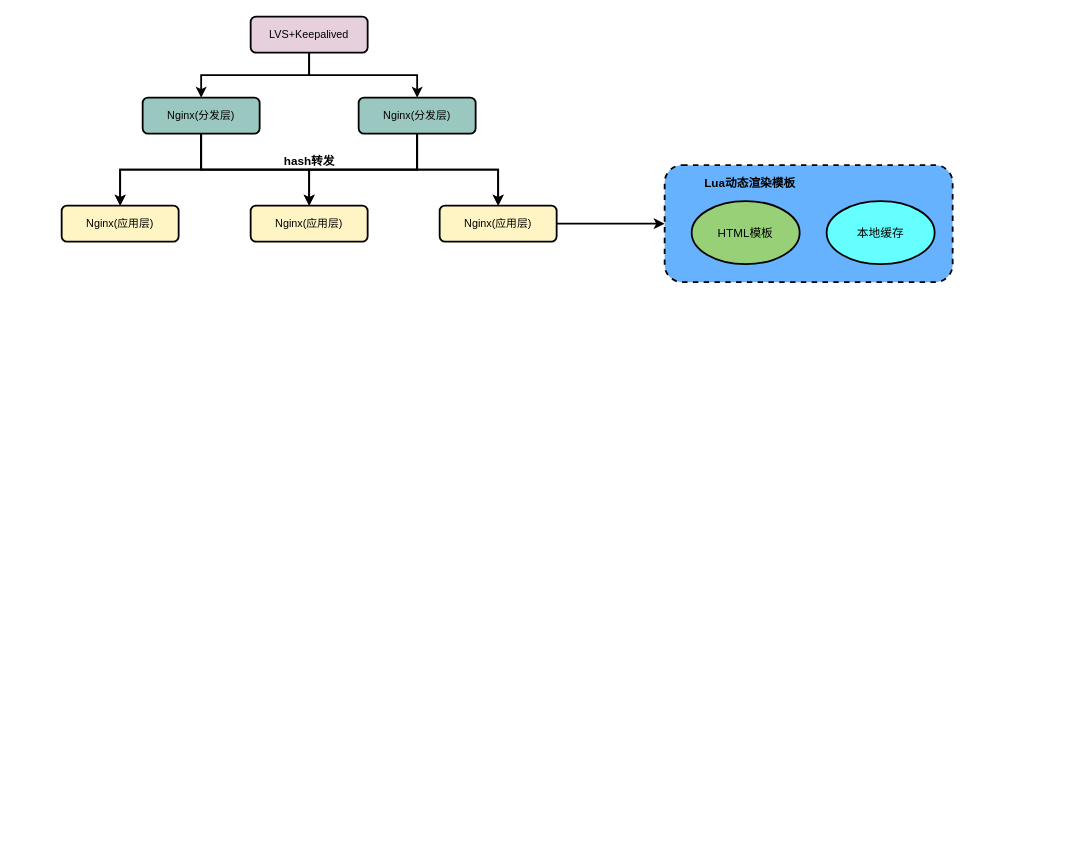
The draw.io diagram 网站架构图.drawio in LiHuiBin1995/study-java, before the edit. Source tidied: cells renumbered, new cells numbered last; positions are measured from the earlier drawing's top-left corner, leaving out a move shared by most shapes. Both pictures are drawn from the tidied source at 90%, with x=0, y=0 at pixel (61, 16).
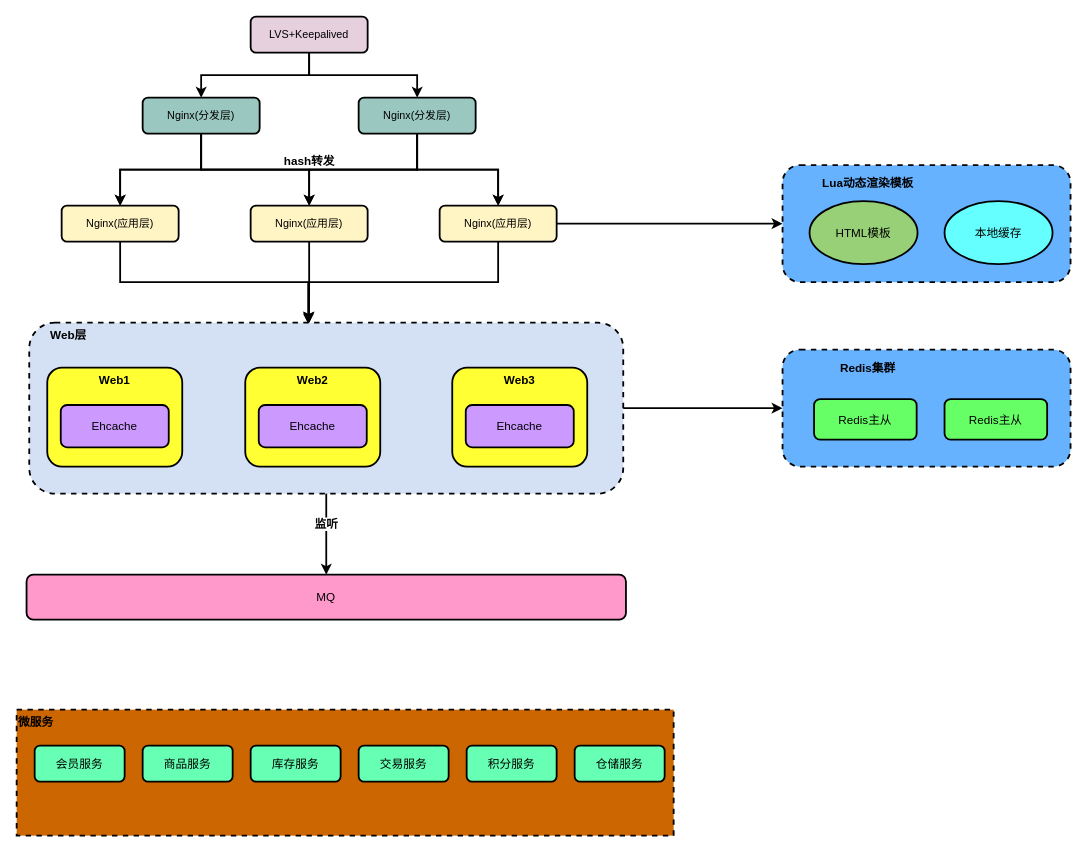
Above is the later version.

Commit message (it also covers changes not shown here):
更新网站架构图.drawio

The change refers to these unchanged cells:
```xml
<mxCell id="13" value="Nginx(应用层)" style="rounded=1;whiteSpace=wrap;html=1;fillColor=#FFF4C3;strokeWidth=2;" parent="1" vertex="1">
  <mxGeometry x="210" y="210" width="130" height="40" as="geometry" />
</mxCell>
<mxCell id="14" value="Nginx(应用层)" style="rounded=1;whiteSpace=wrap;html=1;fillColor=#FFF4C3;strokeWidth=2;" parent="1" vertex="1">
  <mxGeometry y="210" width="130" height="40" as="geometry" />
</mxCell>
<mxCell id="16" value="Nginx(应用层)" style="rounded=1;whiteSpace=wrap;html=1;fillColor=#FFF4C3;strokeWidth=2;" parent="1" vertex="1">
  <mxGeometry x="420" y="210" width="130" height="40" as="geometry" />
</mxCell>
```

The edit, as a diff of the source:
```diff
@@
+    <mxCell id="23" style="edgeStyle=orthogonalEdgeStyle;rounded=0;jettySize=auto;html=1;exitX=0.5;exitY=1;exitDx=0;exitDy=0;entryX=0.471;entryY=0;entryDx=0;entryDy=0;entryPerimeter=0;fontSize=13;strokeWidth=2;" parent="1" edge="1" source="13" target="27">
+      <mxGeometry relative="1" as="geometry" />
+    </mxCell>
@@
+    <mxCell id="24" style="edgeStyle=orthogonalEdgeStyle;rounded=0;jettySize=auto;html=1;exitX=0.5;exitY=1;exitDx=0;exitDy=0;entryX=0.47;entryY=0.01;entryDx=0;entryDy=0;entryPerimeter=0;fontSize=13;strokeWidth=2;" parent="1" edge="1" source="14" target="27">
+      <mxGeometry relative="1" as="geometry" />
+    </mxCell>
@@
+    <mxCell id="25" style="edgeStyle=orthogonalEdgeStyle;rounded=0;jettySize=auto;html=1;exitX=0.5;exitY=1;exitDx=0;exitDy=0;entryX=0.47;entryY=0;entryDx=0;entryDy=0;entryPerimeter=0;fontSize=13;strokeWidth=2;" parent="1" edge="1" source="16" target="27">
+      <mxGeometry relative="1" as="geometry" />
+    </mxCell>
@@
     <mxCell id="18" style="group;" parent="1" vertex="1">
-      <mxGeometry x="670" y="165" width="320" height="130" as="geometry" />
+      <mxGeometry x="801" y="165" width="320" height="130" as="geometry" />
     </mxCell>
@@
+    <mxCell id="26" style="group;" parent="1" vertex="1">
+      <mxGeometry x="-36" y="340" width="660" height="190" as="geometry" />
+    </mxCell>
+    <mxCell id="27" value="&amp;nbsp; &amp;nbsp; &amp;nbsp; Web层" style="rounded=1;whiteSpace=wrap;html=1;fontSize=13;strokeWidth=2;fillColor=#D4E1F5;dashed=1;verticalAlign=top;align=left;fontStyle=1;" parent="26" vertex="1">
+      <mxGeometry width="660" height="190" as="geometry" />
+    </mxCell>
+    <mxCell id="28" style="group;" parent="26" vertex="1">
+      <mxGeometry x="20" y="50" width="150" height="110" as="geometry" />
+    </mxCell>
+    <mxCell id="29" value="&lt;b&gt;Web1&lt;/b&gt;" style="rounded=1;whiteSpace=wrap;html=1;fontSize=13;strokeWidth=2;fillColor=#FFFF33;verticalAlign=top;" parent="28" vertex="1">
+      <mxGeometry width="150" height="110" as="geometry" />
+    </mxCell>
+    <mxCell id="30" value="Ehcache" style="rounded=1;whiteSpace=wrap;html=1;fontSize=13;strokeWidth=2;fillColor=#CC99FF;verticalAlign=middle;" parent="28" vertex="1">
+      <mxGeometry x="15" y="41.5" width="120" height="47" as="geometry" />
+    </mxCell>
+    <mxCell id="31" style="group;" parent="26" vertex="1">
+      <mxGeometry x="240" y="50" width="150" height="110" as="geometry" />
+    </mxCell>
+    <mxCell id="32" value="&lt;b&gt;Web2&lt;/b&gt;" style="rounded=1;whiteSpace=wrap;html=1;fontSize=13;strokeWidth=2;fillColor=#FFFF33;verticalAlign=top;" parent="31" vertex="1">
+      <mxGeometry width="150" height="110" as="geometry" />
+    </mxCell>
+    <mxCell id="33" value="Ehcache" style="rounded=1;whiteSpace=wrap;html=1;fontSize=13;strokeWidth=2;fillColor=#CC99FF;verticalAlign=middle;" parent="31" vertex="1">
+      <mxGeometry x="15" y="41.5" width="120" height="47" as="geometry" />
+    </mxCell>
+    <mxCell id="34" style="group;" parent="26" vertex="1">
+      <mxGeometry x="470" y="50" width="150" height="110" as="geometry" />
+    </mxCell>
+    <mxCell id="35" value="&lt;b&gt;Web3&lt;/b&gt;" style="rounded=1;whiteSpace=wrap;html=1;fontSize=13;strokeWidth=2;fillColor=#FFFF33;verticalAlign=top;" parent="34" vertex="1">
+      <mxGeometry width="150" height="110" as="geometry" />
+    </mxCell>
+    <mxCell id="36" value="Ehcache" style="rounded=1;whiteSpace=wrap;html=1;fontSize=13;strokeWidth=2;fillColor=#CC99FF;verticalAlign=middle;" parent="34" vertex="1">
+      <mxGeometry x="15" y="41.5" width="120" height="47" as="geometry" />
+    </mxCell>
+    <mxCell id="37" style="group;" parent="1" vertex="1">
+      <mxGeometry x="801" y="370" width="320" height="130" as="geometry" />
+    </mxCell>
+    <mxCell id="38" style="rounded=1;whiteSpace=wrap;html=1;fontSize=13;fillColor=#66B2FF;dashed=1;strokeWidth=2;" parent="37" vertex="1">
+      <mxGeometry width="320" height="130" as="geometry" />
+    </mxCell>
+    <mxCell id="39" value="Redis集群" style="text;html=1;strokeColor=none;fillColor=none;align=center;verticalAlign=middle;whiteSpace=wrap;rounded=0;fontSize=13;fontStyle=1;" parent="37" vertex="1">
+      <mxGeometry x="10" y="10" width="170" height="20" as="geometry" />
+    </mxCell>
+    <mxCell id="40" value="Redis主从" style="rounded=1;whiteSpace=wrap;html=1;fontSize=13;strokeWidth=2;fillColor=#66FF66;align=center;verticalAlign=middle;" parent="37" vertex="1">
+      <mxGeometry x="35" y="55" width="114" height="45" as="geometry" />
+    </mxCell>
+    <mxCell id="41" value="Redis主从" style="rounded=1;whiteSpace=wrap;html=1;fontSize=13;strokeWidth=2;fillColor=#66FF66;align=center;verticalAlign=middle;" parent="37" vertex="1">
+      <mxGeometry x="180" y="55" width="114" height="45" as="geometry" />
+    </mxCell>
+    <mxCell id="42" style="edgeStyle=orthogonalEdgeStyle;rounded=0;jettySize=auto;html=1;exitX=1;exitY=0.5;exitDx=0;exitDy=0;entryX=0;entryY=0.5;entryDx=0;entryDy=0;fontSize=13;strokeWidth=2;" parent="1" edge="1" source="27" target="38">
+      <mxGeometry relative="1" as="geometry" />
+    </mxCell>
+    <mxCell id="43" value="MQ" style="rounded=1;whiteSpace=wrap;html=1;fontSize=13;strokeWidth=2;fillColor=#FF99CC;align=center;verticalAlign=middle;" parent="1" vertex="1">
+      <mxGeometry x="-39" y="620" width="666" height="50" as="geometry" />
+    </mxCell>
+    <mxCell id="44" style="edgeStyle=orthogonalEdgeStyle;rounded=0;jettySize=auto;html=1;exitX=0.5;exitY=1;exitDx=0;exitDy=0;entryX=0.5;entryY=0;entryDx=0;entryDy=0;fontSize=13;strokeWidth=2;" parent="1" edge="1" source="27" target="43">
+      <mxGeometry relative="1" as="geometry" />
+    </mxCell>
+    <mxCell id="45" value="监听" style="edgeLabel;html=1;align=center;verticalAlign=middle;fontSize=13;fontStyle=1;" parent="44" vertex="1">
+      <mxGeometry x="-0.27" y="-1" relative="1" as="geometry" />
+    </mxCell>
+    <mxCell id="46" value="微服务" style="rounded=0;whiteSpace=wrap;html=1;fontSize=13;strokeWidth=2;fillColor=#CC6600;align=left;verticalAlign=top;dashed=1;fontStyle=1;" parent="1" vertex="1">
+      <mxGeometry x="-50" y="770" width="730" height="140" as="geometry" />
+    </mxCell>
+    <mxCell id="47" value="会员服务" style="rounded=1;whiteSpace=wrap;html=1;fontSize=13;strokeWidth=2;fillColor=#66FFB3;align=center;verticalAlign=middle;" parent="1" vertex="1">
+      <mxGeometry x="-30" y="810" width="100" height="40" as="geometry" />
+    </mxCell>
+    <mxCell id="48" value="商品服务" style="rounded=1;whiteSpace=wrap;html=1;fontSize=13;strokeWidth=2;fillColor=#66FFB3;align=center;verticalAlign=middle;" parent="1" vertex="1">
+      <mxGeometry x="90" y="810" width="100" height="40" as="geometry" />
+    </mxCell>
+    <mxCell id="49" value="库存服务" style="rounded=1;whiteSpace=wrap;html=1;fontSize=13;strokeWidth=2;fillColor=#66FFB3;align=center;verticalAlign=middle;" parent="1" vertex="1">
+      <mxGeometry x="210" y="810" width="100" height="40" as="geometry" />
+    </mxCell>
+    <mxCell id="50" value="交易服务" style="rounded=1;whiteSpace=wrap;html=1;fontSize=13;strokeWidth=2;fillColor=#66FFB3;align=center;verticalAlign=middle;" parent="1" vertex="1">
+      <mxGeometry x="330" y="810" width="100" height="40" as="geometry" />
+    </mxCell>
+    <mxCell id="51" value="积分服务" style="rounded=1;whiteSpace=wrap;html=1;fontSize=13;strokeWidth=2;fillColor=#66FFB3;align=center;verticalAlign=middle;" parent="1" vertex="1">
+      <mxGeometry x="450" y="810" width="100" height="40" as="geometry" />
+    </mxCell>
+    <mxCell id="52" value="仓储服务" style="rounded=1;whiteSpace=wrap;html=1;fontSize=13;strokeWidth=2;fillColor=#66FFB3;align=center;verticalAlign=middle;" parent="1" vertex="1">
+      <mxGeometry x="570" y="810" width="100" height="40" as="geometry" />
+    </mxCell>
```
